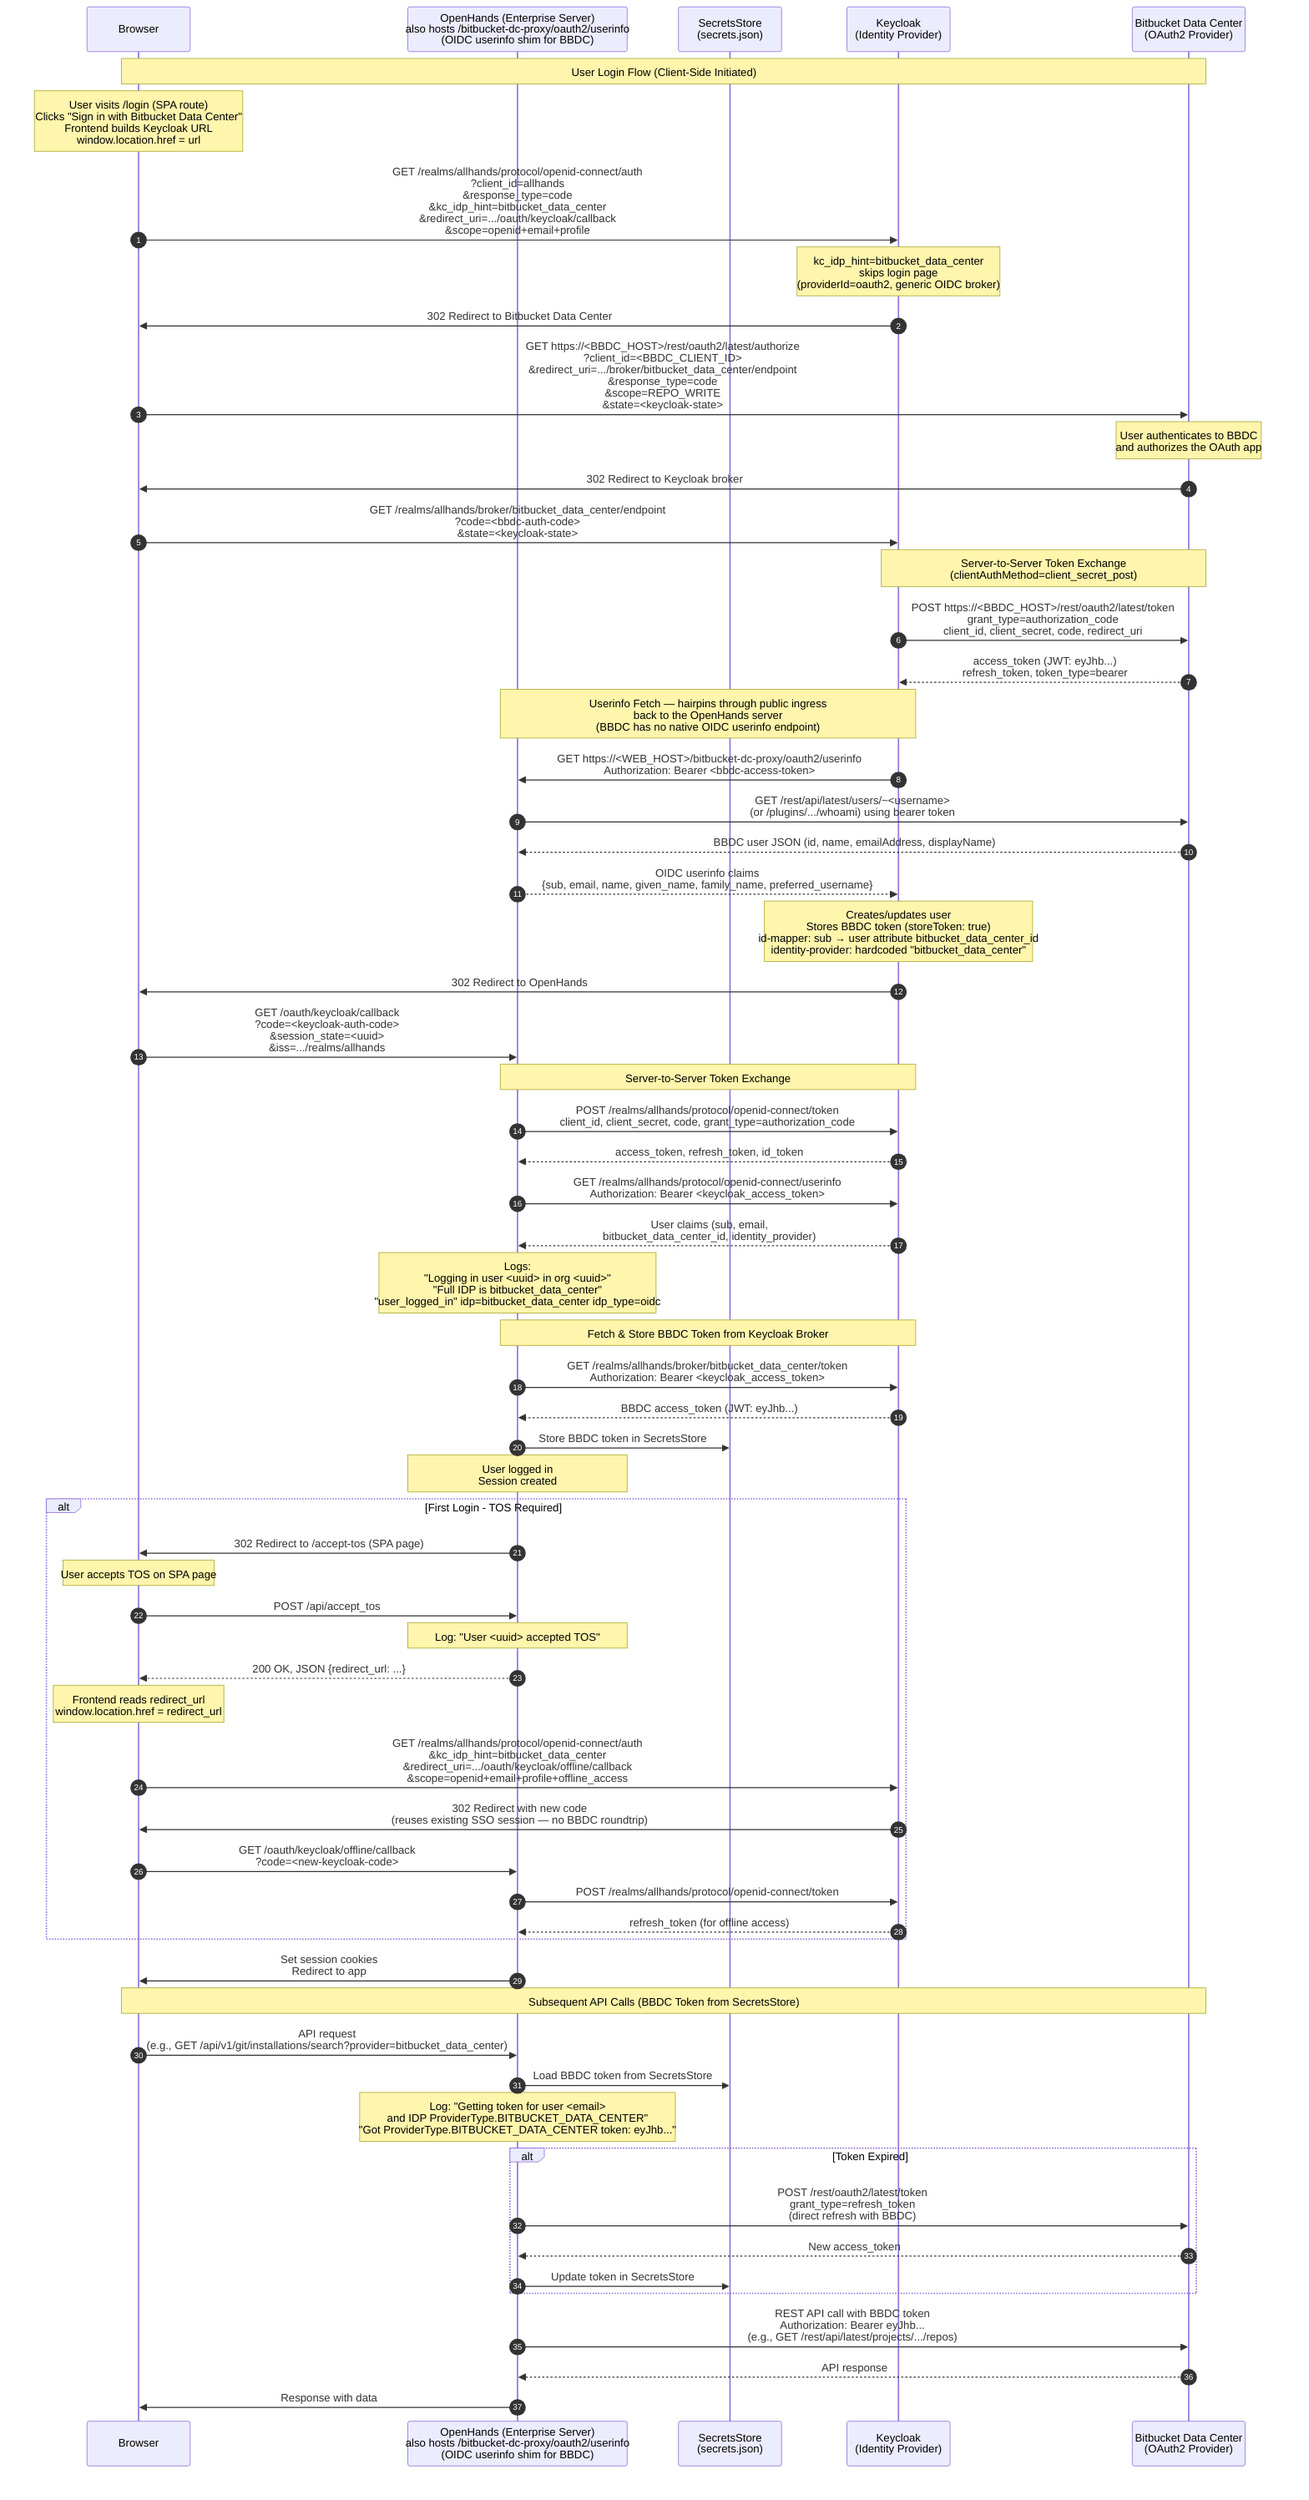
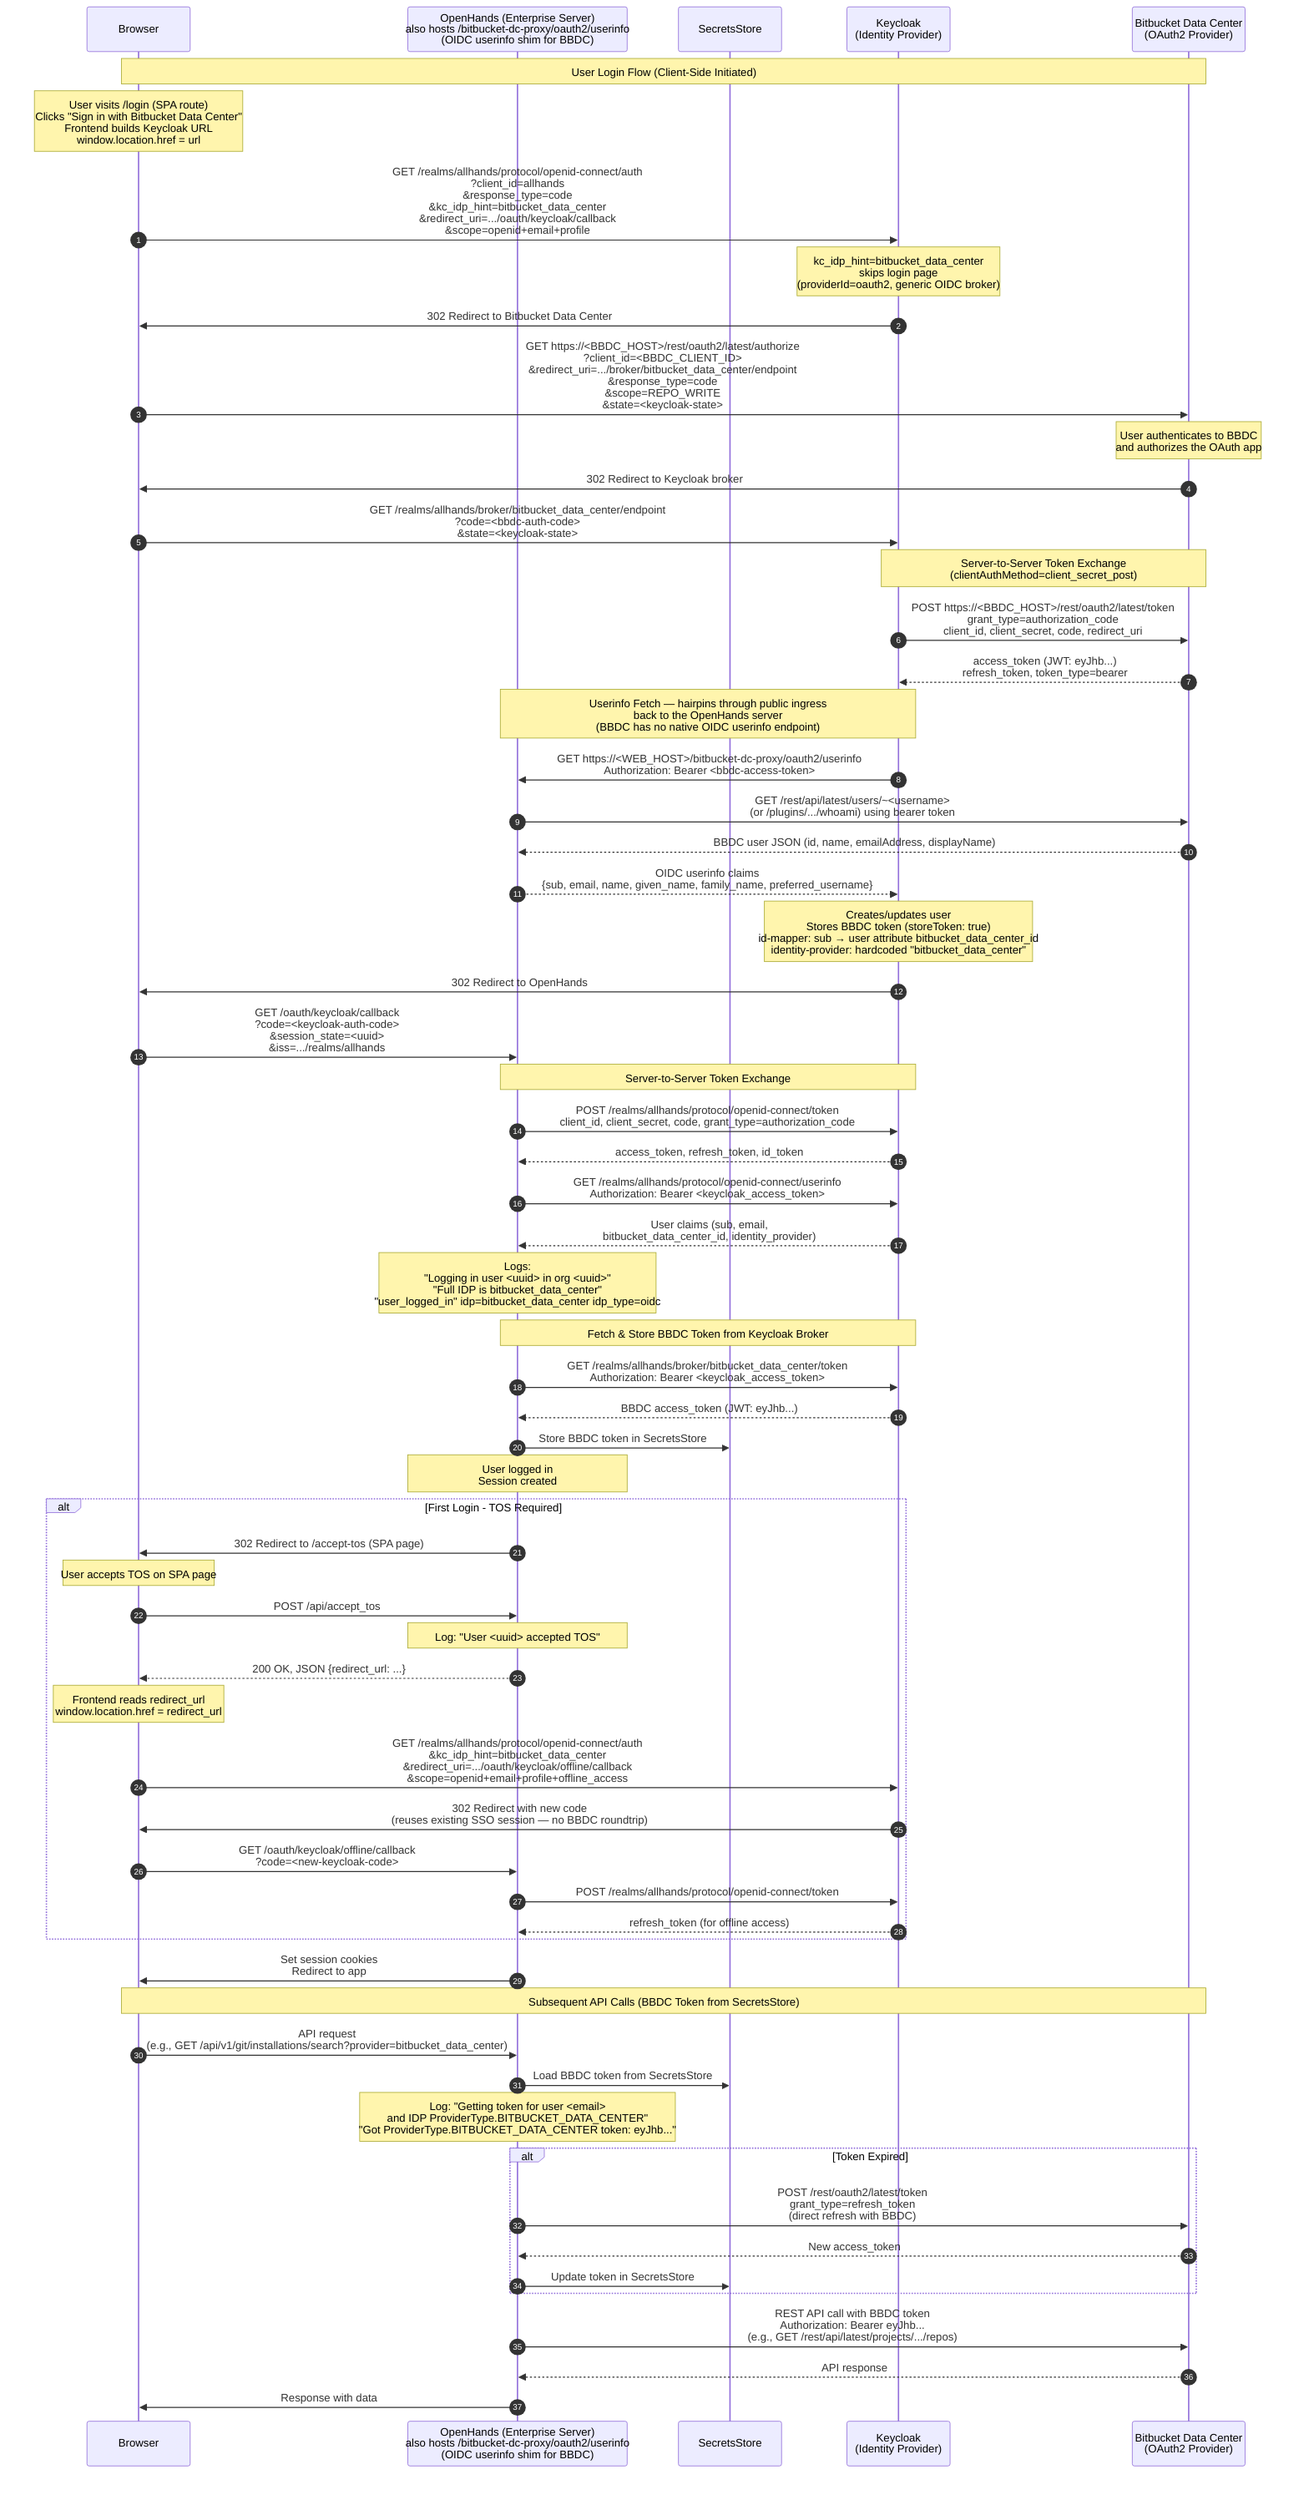
sequenceDiagram
    autonumber
    participant Browser
    participant OpenHands as OpenHands (Enterprise Server)<br/>also hosts /bitbucket-dc-proxy/oauth2/userinfo<br/>(OIDC userinfo shim for BBDC)
-     participant DB as SecretsStore<br/>(secrets.json)
+     participant DB as SecretsStore
    participant Keycloak as Keycloak<br/>(Identity Provider)
    participant BBDC as Bitbucket Data Center<br/>(OAuth2 Provider)

    Note over Browser,BBDC: User Login Flow (Client-Side Initiated)

    Note over Browser: User visits /login (SPA route)<br/>Clicks "Sign in with Bitbucket Data Center"<br/>Frontend builds Keycloak URL<br/>window.location.href = url

    Browser->>Keycloak: GET /realms/allhands/protocol/openid-connect/auth<br/>?client_id=allhands<br/>&response_type=code<br/>&kc_idp_hint=bitbucket_data_center<br/>&redirect_uri=.../oauth/keycloak/callback<br/>&scope=openid+email+profile

    Note over Keycloak: kc_idp_hint=bitbucket_data_center<br/>skips login page<br/>(providerId=oauth2, generic OIDC broker)

    Keycloak->>Browser: 302 Redirect to Bitbucket Data Center

    Browser->>BBDC: GET https://<BBDC_HOST>/rest/oauth2/latest/authorize<br/>?client_id=<BBDC_CLIENT_ID><br/>&redirect_uri=.../broker/bitbucket_data_center/endpoint<br/>&response_type=code<br/>&scope=REPO_WRITE<br/>&state=<keycloak-state>

    Note over BBDC: User authenticates to BBDC<br/>and authorizes the OAuth app

    BBDC->>Browser: 302 Redirect to Keycloak broker
    Browser->>Keycloak: GET /realms/allhands/broker/bitbucket_data_center/endpoint<br/>?code=<bbdc-auth-code><br/>&state=<keycloak-state>

    Note over Keycloak,BBDC: Server-to-Server Token Exchange<br/>(clientAuthMethod=client_secret_post)

    Keycloak->>BBDC: POST https://<BBDC_HOST>/rest/oauth2/latest/token<br/>grant_type=authorization_code<br/>client_id, client_secret, code, redirect_uri
    BBDC-->>Keycloak: access_token (JWT: eyJhb...)<br/>refresh_token, token_type=bearer

    Note over Keycloak,OpenHands: Userinfo Fetch — hairpins through public ingress<br/>back to the OpenHands server<br/>(BBDC has no native OIDC userinfo endpoint)

    Keycloak->>OpenHands: GET https://<WEB_HOST>/bitbucket-dc-proxy/oauth2/userinfo<br/>Authorization: Bearer <bbdc-access-token>
    OpenHands->>BBDC: GET /rest/api/latest/users/~<username><br/>(or /plugins/.../whoami) using bearer token
    BBDC-->>OpenHands: BBDC user JSON (id, name, emailAddress, displayName)
    OpenHands-->>Keycloak: OIDC userinfo claims<br/>{sub, email, name, given_name, family_name, preferred_username}

    Note over Keycloak: Creates/updates user<br/>Stores BBDC token (storeToken: true)<br/>id-mapper: sub → user attribute bitbucket_data_center_id<br/>identity-provider: hardcoded "bitbucket_data_center"

    Keycloak->>Browser: 302 Redirect to OpenHands
    Browser->>OpenHands: GET /oauth/keycloak/callback<br/>?code=<keycloak-auth-code><br/>&session_state=<uuid><br/>&iss=.../realms/allhands

    Note over OpenHands,Keycloak: Server-to-Server Token Exchange

    OpenHands->>Keycloak: POST /realms/allhands/protocol/openid-connect/token<br/>client_id, client_secret, code, grant_type=authorization_code
    Keycloak-->>OpenHands: access_token, refresh_token, id_token

    OpenHands->>Keycloak: GET /realms/allhands/protocol/openid-connect/userinfo<br/>Authorization: Bearer <keycloak_access_token>
    Keycloak-->>OpenHands: User claims (sub, email,<br/>bitbucket_data_center_id, identity_provider)

    Note over OpenHands: Logs:<br/>"Logging in user <uuid> in org <uuid>"<br/>"Full IDP is bitbucket_data_center"<br/>"user_logged_in" idp=bitbucket_data_center idp_type=oidc

    Note over OpenHands,Keycloak: Fetch & Store BBDC Token from Keycloak Broker

    OpenHands->>Keycloak: GET /realms/allhands/broker/bitbucket_data_center/token<br/>Authorization: Bearer <keycloak_access_token>
    Keycloak-->>OpenHands: BBDC access_token (JWT: eyJhb...)

    OpenHands->>DB: Store BBDC token in SecretsStore

    Note over OpenHands: User logged in<br/>Session created

    alt First Login - TOS Required
        OpenHands->>Browser: 302 Redirect to /accept-tos (SPA page)
        Note over Browser: User accepts TOS on SPA page
        Browser->>OpenHands: POST /api/accept_tos
        Note over OpenHands: Log: "User <uuid> accepted TOS"
        OpenHands-->>Browser: 200 OK, JSON {redirect_url: ...}
        Note over Browser: Frontend reads redirect_url<br/>window.location.href = redirect_url
        Browser->>Keycloak: GET /realms/allhands/protocol/openid-connect/auth<br/>&kc_idp_hint=bitbucket_data_center<br/>&redirect_uri=.../oauth/keycloak/offline/callback<br/>&scope=openid+email+profile+offline_access
        Keycloak->>Browser: 302 Redirect with new code<br/>(reuses existing SSO session — no BBDC roundtrip)
        Browser->>OpenHands: GET /oauth/keycloak/offline/callback<br/>?code=<new-keycloak-code>
        OpenHands->>Keycloak: POST /realms/allhands/protocol/openid-connect/token
        Keycloak-->>OpenHands: refresh_token (for offline access)
    end

    OpenHands->>Browser: Set session cookies<br/>Redirect to app

    Note over Browser,BBDC: Subsequent API Calls (BBDC Token from SecretsStore)

    Browser->>OpenHands: API request<br/>(e.g., GET /api/v1/git/installations/search?provider=bitbucket_data_center)

    OpenHands->>DB: Load BBDC token from SecretsStore
    Note over OpenHands: Log: "Getting token for user <email><br/>and IDP ProviderType.BITBUCKET_DATA_CENTER"<br/>"Got ProviderType.BITBUCKET_DATA_CENTER token: eyJhb..."

    alt Token Expired
        OpenHands->>BBDC: POST /rest/oauth2/latest/token<br/>grant_type=refresh_token<br/>(direct refresh with BBDC)
        BBDC-->>OpenHands: New access_token
        OpenHands->>DB: Update token in SecretsStore
    end

    OpenHands->>BBDC: REST API call with BBDC token<br/>Authorization: Bearer eyJhb...<br/>(e.g., GET /rest/api/latest/projects/.../repos)
    BBDC-->>OpenHands: API response

    OpenHands->>Browser: Response with data
